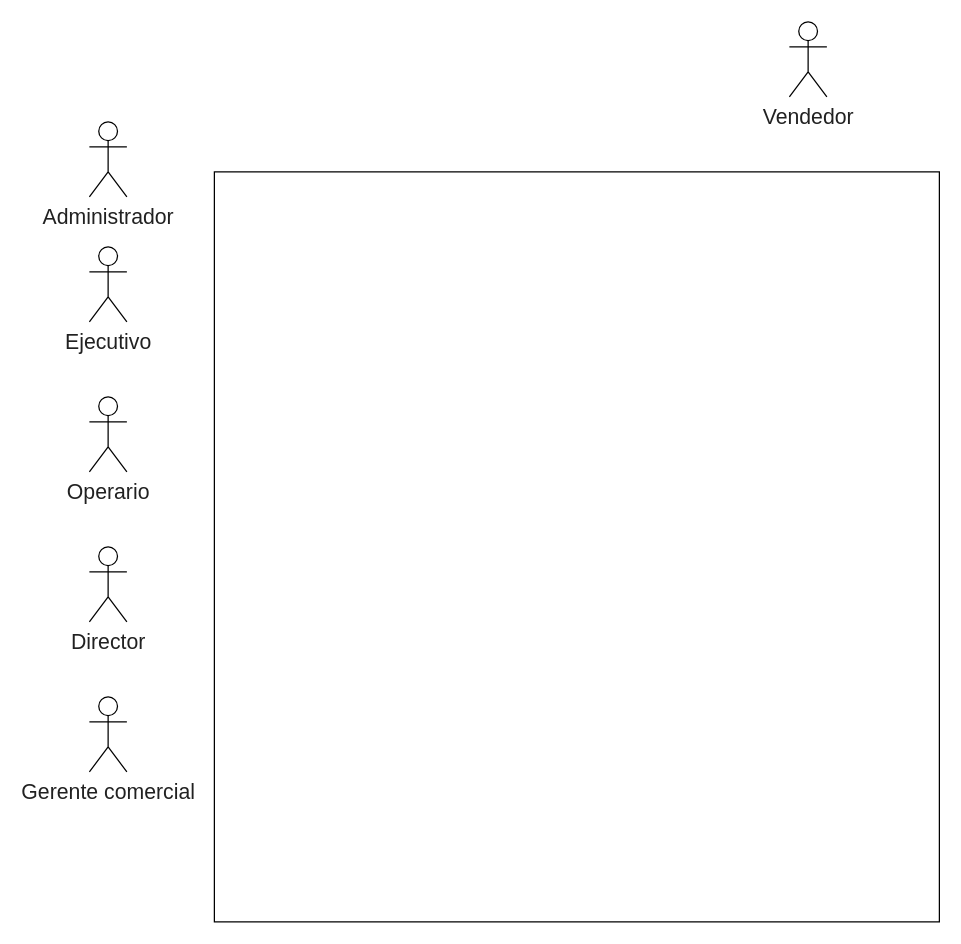
Before: Diagramas UML.drawio in grupo11Udea/mintic-proyecto-ciclo-3, a draw.io diagram. Source tidied: cells renumbered, new cells numbered last; positions are measured from the earlier drawing's top-left corner, leaving out a move shared by most shapes. Both pictures are drawn from the tidied source at 125%, with x=0, y=0 at pixel (89, 21).
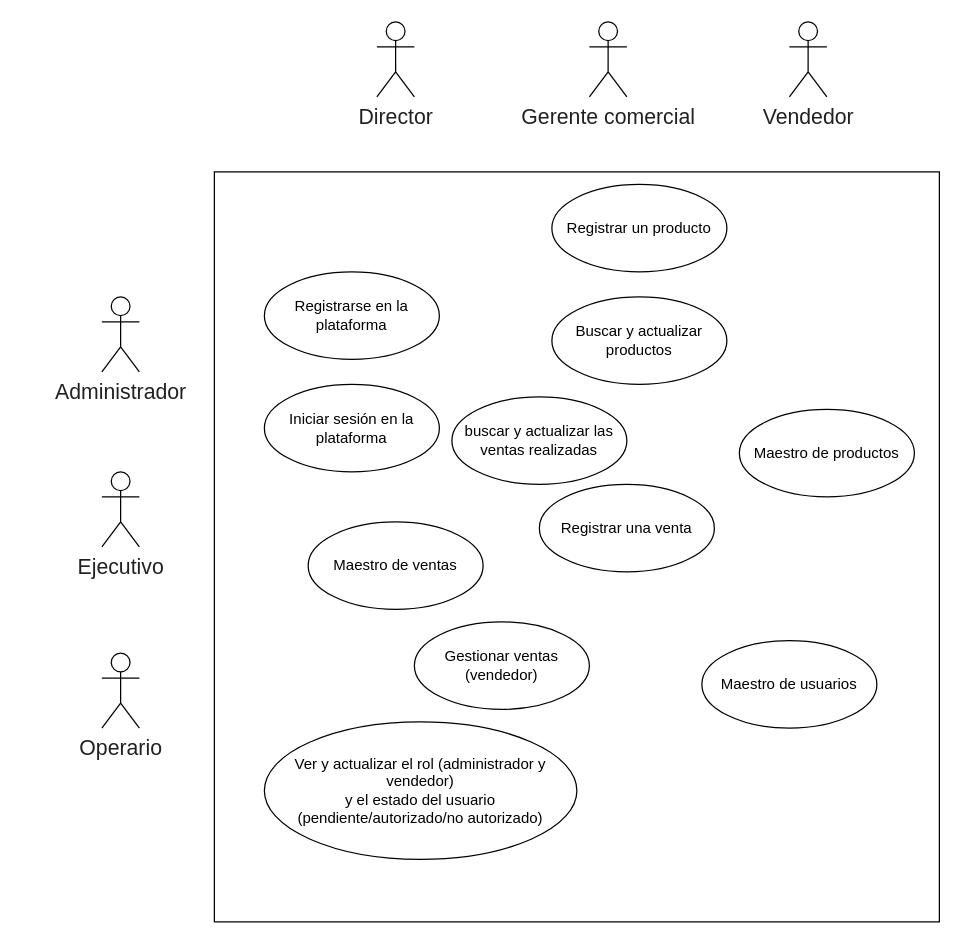
The same page after the edit.

What changed in the source:
```diff
@@
 <mxGraphModel>
   <root>
     <mxCell id="0" />
     <mxCell id="1" parent="0" />
     <mxCell id="2" style="rounded=0;whiteSpace=wrap;html=1;" parent="1" vertex="1">
       <mxGeometry x="100" y="120" width="580" height="600" as="geometry" />
     </mxCell>
     <mxCell id="3" value="&lt;span style=&quot;color: rgb(33 , 33 , 33) ; font-family: &amp;#34;ibm plex sans&amp;#34; , &amp;#34;arial&amp;#34; , sans-serif , &amp;#34;apple color emoji&amp;#34; , &amp;#34;segoe ui emoji&amp;#34; , &amp;#34;segoe ui symbol&amp;#34; ; font-size: 17px ; text-align: justify ; background-color: rgb(255 , 255 , 255)&quot;&gt;Administrador&lt;/span&gt;" style="shape=umlActor;verticalLabelPosition=bottom;verticalAlign=top;html=1;" parent="1" vertex="1">
-      <mxGeometry y="80" width="30" height="60" as="geometry" />
+      <mxGeometry x="10" y="220" width="30" height="60" as="geometry" />
     </mxCell>
     <mxCell id="4" value="&lt;span style=&quot;color: rgb(33 , 33 , 33) ; font-family: &amp;#34;ibm plex sans&amp;#34; , &amp;#34;arial&amp;#34; , sans-serif , &amp;#34;apple color emoji&amp;#34; , &amp;#34;segoe ui emoji&amp;#34; , &amp;#34;segoe ui symbol&amp;#34; ; font-size: 17px ; text-align: justify ; background-color: rgb(255 , 255 , 255)&quot;&gt;Vendedor&lt;/span&gt;" style="shape=umlActor;verticalLabelPosition=bottom;verticalAlign=top;html=1;" parent="1" vertex="1">
       <mxGeometry x="560" width="30" height="60" as="geometry" />
     </mxCell>
     <mxCell id="5" value="&lt;span style=&quot;color: rgb(33 , 33 , 33) ; font-family: &amp;#34;ibm plex sans&amp;#34; , &amp;#34;arial&amp;#34; , sans-serif , &amp;#34;apple color emoji&amp;#34; , &amp;#34;segoe ui emoji&amp;#34; , &amp;#34;segoe ui symbol&amp;#34; ; font-size: 17px ; text-align: justify ; background-color: rgb(255 , 255 , 255)&quot;&gt;Ejecutivo&lt;/span&gt;" style="shape=umlActor;verticalLabelPosition=bottom;verticalAlign=top;html=1;" parent="1" vertex="1">
-      <mxGeometry y="180" width="30" height="60" as="geometry" />
+      <mxGeometry x="10" y="360" width="30" height="60" as="geometry" />
     </mxCell>
     <mxCell id="6" value="&lt;span style=&quot;color: rgb(33 , 33 , 33) ; font-family: &amp;#34;ibm plex sans&amp;#34; , &amp;#34;arial&amp;#34; , sans-serif , &amp;#34;apple color emoji&amp;#34; , &amp;#34;segoe ui emoji&amp;#34; , &amp;#34;segoe ui symbol&amp;#34; ; font-size: 17px ; text-align: justify ; background-color: rgb(255 , 255 , 255)&quot;&gt;Operario&lt;/span&gt;" style="shape=umlActor;verticalLabelPosition=bottom;verticalAlign=top;html=1;" parent="1" vertex="1">
-      <mxGeometry y="300" width="30" height="60" as="geometry" />
+      <mxGeometry x="10" y="505" width="30" height="60" as="geometry" />
     </mxCell>
     <mxCell id="7" value="&lt;span style=&quot;color: rgb(33 , 33 , 33) ; font-family: &amp;#34;ibm plex sans&amp;#34; , &amp;#34;arial&amp;#34; , sans-serif , &amp;#34;apple color emoji&amp;#34; , &amp;#34;segoe ui emoji&amp;#34; , &amp;#34;segoe ui symbol&amp;#34; ; font-size: 17px ; text-align: justify ; background-color: rgb(255 , 255 , 255)&quot;&gt;Director&lt;/span&gt;" style="shape=umlActor;verticalLabelPosition=bottom;verticalAlign=top;html=1;" parent="1" vertex="1">
-      <mxGeometry y="420" width="30" height="60" as="geometry" />
+      <mxGeometry x="230" width="30" height="60" as="geometry" />
     </mxCell>
     <mxCell id="8" value="&lt;span style=&quot;color: rgb(33 , 33 , 33) ; font-family: &amp;#34;ibm plex sans&amp;#34; , &amp;#34;arial&amp;#34; , sans-serif , &amp;#34;apple color emoji&amp;#34; , &amp;#34;segoe ui emoji&amp;#34; , &amp;#34;segoe ui symbol&amp;#34; ; font-size: 17px ; text-align: justify ; background-color: rgb(255 , 255 , 255)&quot;&gt;Gerente comercial&lt;/span&gt;" style="shape=umlActor;verticalLabelPosition=bottom;verticalAlign=top;html=1;" parent="1" vertex="1">
-      <mxGeometry y="540" width="30" height="60" as="geometry" />
+      <mxGeometry x="400" width="30" height="60" as="geometry" />
     </mxCell>
+    <mxCell id="9" value="Registrar un producto" style="ellipse;whiteSpace=wrap;html=1;" parent="1" vertex="1">
+      <mxGeometry x="370" y="130" width="140" height="70" as="geometry" />
+    </mxCell>
+    <mxCell id="10" value="Registrar una venta" style="ellipse;whiteSpace=wrap;html=1;" parent="1" vertex="1">
+      <mxGeometry x="360" y="370" width="140" height="70" as="geometry" />
+    </mxCell>
+    <mxCell id="11" value="Maestro de productos" style="ellipse;whiteSpace=wrap;html=1;" parent="1" vertex="1">
+      <mxGeometry x="520" y="310" width="140" height="70" as="geometry" />
+    </mxCell>
+    <mxCell id="12" value="Maestro de ventas" style="ellipse;whiteSpace=wrap;html=1;" parent="1" vertex="1">
+      <mxGeometry x="175" y="400" width="140" height="70" as="geometry" />
+    </mxCell>
+    <mxCell id="13" value="Maestro de usuarios" style="ellipse;whiteSpace=wrap;html=1;" parent="1" vertex="1">
+      <mxGeometry x="490" y="495" width="140" height="70" as="geometry" />
+    </mxCell>
+    <mxCell id="14" value="Registrarse en la plataforma" style="ellipse;whiteSpace=wrap;html=1;" parent="1" vertex="1">
+      <mxGeometry x="140" y="200" width="140" height="70" as="geometry" />
+    </mxCell>
+    <mxCell id="15" value="Iniciar sesión en la plataforma" style="ellipse;whiteSpace=wrap;html=1;" parent="1" vertex="1">
+      <mxGeometry x="140" y="290" width="140" height="70" as="geometry" />
+    </mxCell>
+    <mxCell id="16" value="Buscar y actualizar productos" style="ellipse;whiteSpace=wrap;html=1;" parent="1" vertex="1">
+      <mxGeometry x="370" y="220" width="140" height="70" as="geometry" />
+    </mxCell>
+    <mxCell id="17" value="buscar y actualizar las ventas realizadas" style="ellipse;whiteSpace=wrap;html=1;" parent="1" vertex="1">
+      <mxGeometry x="290" y="300" width="140" height="70" as="geometry" />
+    </mxCell>
+    <mxCell id="18" value="Gestionar ventas (vendedor)" style="ellipse;whiteSpace=wrap;html=1;" parent="1" vertex="1">
+      <mxGeometry x="260" y="480" width="140" height="70" as="geometry" />
+    </mxCell>
+    <mxCell id="19" value="Ver y actualizar el rol (administrador y vendedor)&lt;br&gt; y el estado del usuario (pendiente/autorizado/no autorizado)" style="ellipse;whiteSpace=wrap;html=1;" parent="1" vertex="1">
+      <mxGeometry x="140" y="560" width="250" height="110" as="geometry" />
+    </mxCell>
   </root>
 </mxGraphModel>
```
